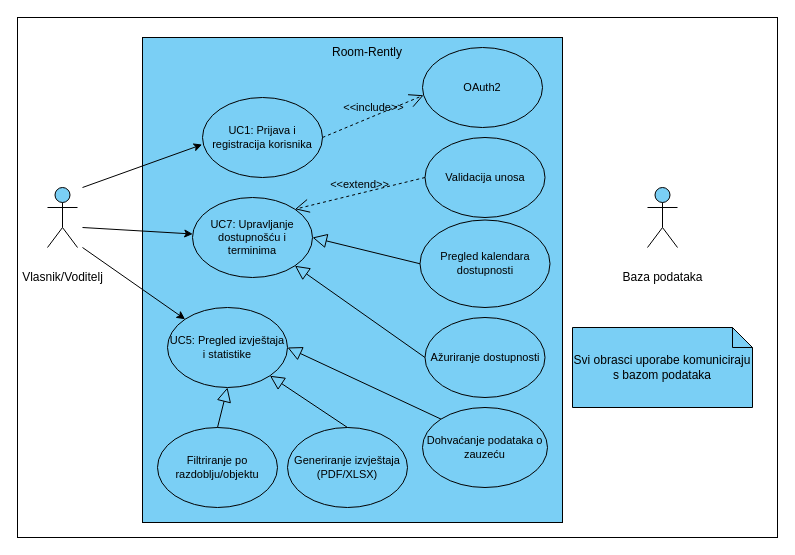
Earlier version of the draw.io diagram Dokumentacija/Dijagrami/Fileovi/Dijagram obrazaca uporabe Vlasnik Voditelj.drawio (JosipMrakovcic/Room-Rently). Source tidied: cells renumbered, new cells numbered last; positions are measured from the earlier drawing's top-left corner, leaving out a move shared by most shapes. Both pictures are drawn from the tidied source at 100%, with x=0, y=0 at pixel (17, 17).
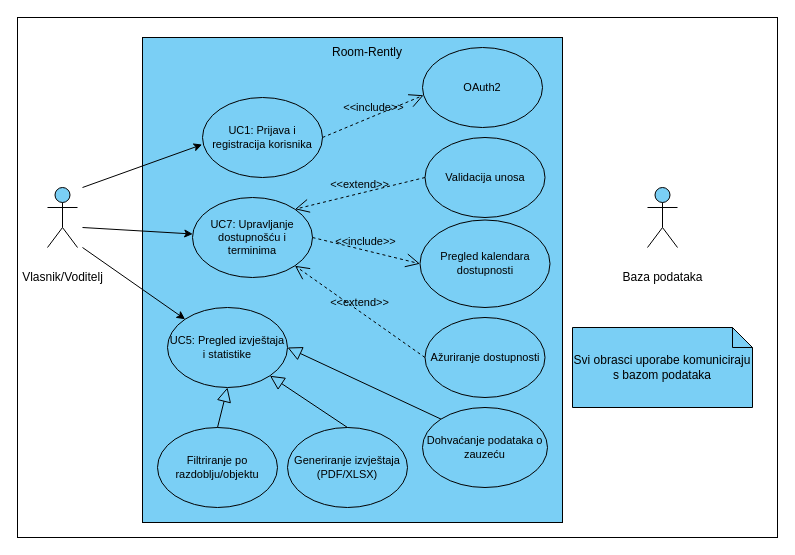
The same diagram, later.

Unchanged cells that the change refers to:
```xml
<mxCell id="9" value="&lt;font&gt;UC7: Upravljanje dostupnošću i terminima&lt;/font&gt;" style="ellipse;whiteSpace=wrap;html=1;strokeColor=light-dark(#000000,#000000);align=center;verticalAlign=middle;fontFamily=Helvetica;fontSize=11;fontColor=light-dark(#000000,#000000);fillColor=none;" parent="1" vertex="1">
  <mxGeometry x="175" y="180" width="120" height="80" as="geometry" />
</mxCell>
<mxCell id="20" value="Pregled kalendara dostupnosti" style="ellipse;whiteSpace=wrap;html=1;strokeColor=light-dark(#000000,#000000);align=center;verticalAlign=middle;fontFamily=Helvetica;fontSize=11;fontColor=light-dark(#000000,#000000);fillColor=none;" parent="1" vertex="1">
  <mxGeometry x="402.5" y="202.5" width="130" height="87.5" as="geometry" />
</mxCell>
<mxCell id="21" value="Ažuriranje dostupnosti" style="ellipse;whiteSpace=wrap;html=1;strokeColor=light-dark(#000000,#000000);align=center;verticalAlign=middle;fontFamily=Helvetica;fontSize=11;fontColor=light-dark(#000000,#000000);fillColor=none;" parent="1" vertex="1">
  <mxGeometry x="407.5" y="300" width="120" height="80" as="geometry" />
</mxCell>
```

What changed in the source:
```diff
@@
+    <mxCell id="28" value="&amp;lt;&amp;lt;include&amp;gt;&amp;gt;" style="endArrow=open;dashed=1;endFill=0;endSize=12;html=1;rounded=0;entryX=0;entryY=0.5;entryDx=0;entryDy=0;fontSize=11;strokeColor=light-dark(#000000,#000000);exitX=1;exitY=0.5;exitDx=0;exitDy=0;labelBackgroundColor=none;fontColor=light-dark(#000000,#000000);align=center;verticalAlign=bottom;" parent="1" edge="1" source="9" target="20">
+      <mxGeometry relative="1" as="geometry" />
+    </mxCell>
-    <mxCell id="26" style="endArrow=block;endFill=0;endSize=12;html=1;rounded=0;entryX=1;entryY=1;entryDx=0;entryDy=0;fontSize=11;strokeColor=light-dark(#000000,#000000);labelBackgroundColor=none;fontColor=light-dark(#000000,#000000);align=center;verticalAlign=bottom;exitX=0;exitY=0.5;exitDx=0;exitDy=0;" parent="1" edge="1" source="21" target="9">
+    <mxCell id="26" value="&amp;lt;&amp;lt;extend&amp;gt;&amp;gt;" style="endArrow=open;dashed=1;endFill=0;endSize=12;html=1;rounded=0;entryX=1;entryY=1;entryDx=0;entryDy=0;fontSize=11;strokeColor=light-dark(#000000,#000000);exitX=0;exitY=0.5;exitDx=0;exitDy=0;labelBackgroundColor=none;fontColor=light-dark(#000000,#000000);align=center;verticalAlign=bottom;" parent="1" edge="1" source="21" target="9">
       <mxGeometry relative="1" as="geometry" />
     </mxCell>
-    <mxCell id="27" style="endArrow=block;endFill=0;endSize=12;html=1;rounded=0;entryX=1;entryY=0.5;entryDx=0;entryDy=0;fontSize=11;strokeColor=light-dark(#000000,#000000);labelBackgroundColor=none;fontColor=light-dark(#000000,#000000);align=center;verticalAlign=bottom;exitX=0;exitY=0.5;exitDx=0;exitDy=0;" parent="1" edge="1" source="20" target="9">
-      <mxGeometry relative="1" as="geometry" />
-    </mxCell>
```
